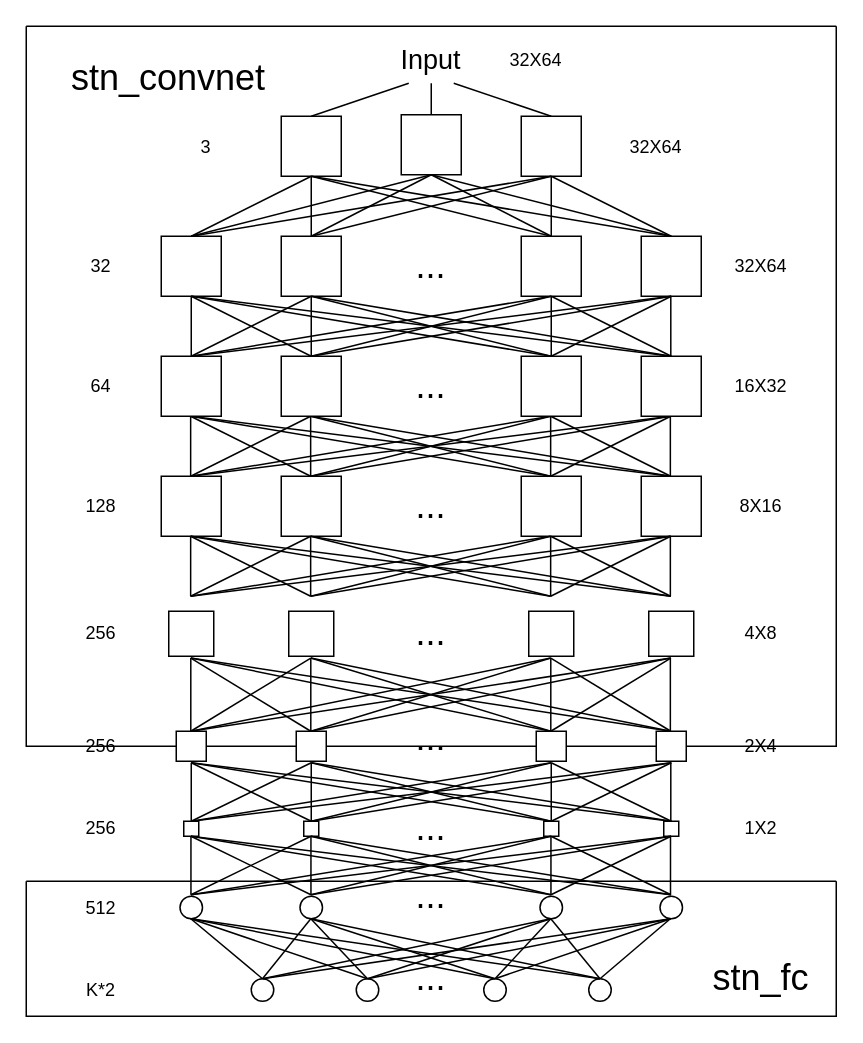
Earlier version of the draw.io diagram thesis_rectify.drawio (Dong-J93/_pictures). Source tidied: cells renumbered, new cells numbered last; positions are measured from the earlier drawing's top-left corner, leaving out a move shared by most shapes. Both pictures are drawn from the tidied source at 150%, with x=0, y=0 at pixel (26, 26).
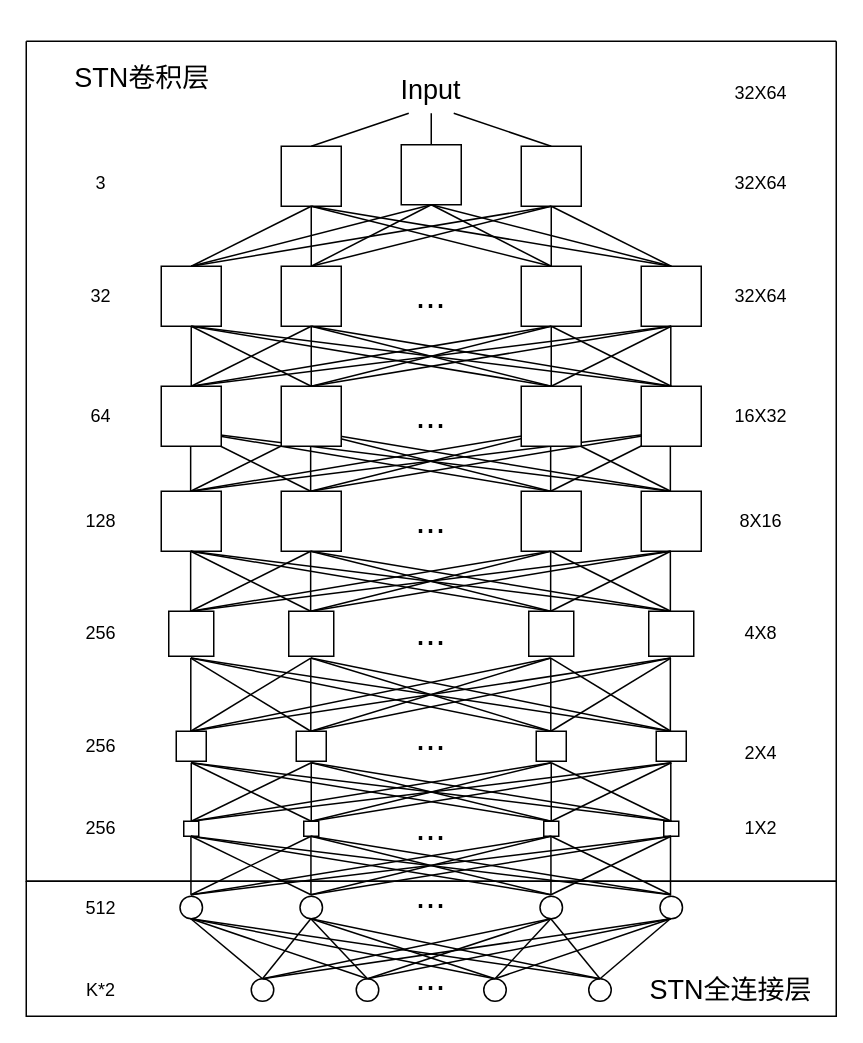
Above is the later version.

The change refers to these unchanged cells:
```xml
<mxCell id="43" style="swimlane;startSize=0;" parent="1" vertex="1">
  <mxGeometry y="570" width="540" height="90" as="geometry" />
</mxCell>
```

Diff of the diagram source:
```diff
@@
     <mxCell id="2" style="swimlane;startSize=0;" parent="1" vertex="1">
-      <mxGeometry width="540" height="480" as="geometry" />
+      <mxGeometry y="10" width="540" height="560" as="geometry" />
     </mxCell>
-    <mxCell id="3" value="&lt;font style=&quot;font-size: 24px;&quot;&gt;stn_convnet&lt;/font&gt;" style="text;html=1;strokeColor=none;fillColor=none;align=center;verticalAlign=middle;whiteSpace=wrap;rounded=0;" parent="2" vertex="1">
-      <mxGeometry x="65" y="20" width="60" height="30" as="geometry" />
+    <mxCell id="3" value="&lt;font style=&quot;font-size: 18px;&quot;&gt;STN卷积层&lt;/font&gt;" style="text;html=1;strokeColor=none;fillColor=none;align=center;verticalAlign=middle;whiteSpace=wrap;rounded=0;" parent="2" vertex="1">
+      <mxGeometry x="10" y="10" width="135" height="30" as="geometry" />
     </mxCell>
@@
+    <mxCell id="51" value="3" style="text;html=1;strokeColor=none;fillColor=none;align=center;verticalAlign=middle;whiteSpace=wrap;rounded=0;direction=east;" parent="2" vertex="1">
+      <mxGeometry x="20" y="80" width="60" height="30" as="geometry" />
+    </mxCell>
+    <mxCell id="48" value="32X64" style="text;html=1;strokeColor=none;fillColor=none;align=center;verticalAlign=middle;whiteSpace=wrap;rounded=0;direction=east;" parent="2" vertex="1">
+      <mxGeometry x="460" y="79.5" width="60" height="30" as="geometry" />
+    </mxCell>
+    <mxCell id="46" value="32X64" style="text;html=1;strokeColor=none;fillColor=none;align=center;verticalAlign=middle;whiteSpace=wrap;rounded=0;direction=east;" parent="2" vertex="1">
+      <mxGeometry x="460" y="20" width="60" height="30" as="geometry" />
+    </mxCell>
+    <mxCell id="54" value="4X8" style="text;html=1;strokeColor=none;fillColor=none;align=center;verticalAlign=middle;whiteSpace=wrap;rounded=0;direction=east;" parent="2" vertex="1">
+      <mxGeometry x="460" y="380" width="60" height="30" as="geometry" />
+    </mxCell>
+    <mxCell id="67" value="2X4" style="text;html=1;strokeColor=none;fillColor=none;align=center;verticalAlign=middle;whiteSpace=wrap;rounded=0;direction=east;" parent="2" vertex="1">
+      <mxGeometry x="460" y="460" width="60" height="30" as="geometry" />
+    </mxCell>
+    <mxCell id="59" value="1X2" style="text;html=1;strokeColor=none;fillColor=none;align=center;verticalAlign=middle;whiteSpace=wrap;rounded=0;direction=east;" parent="2" vertex="1">
+      <mxGeometry x="460" y="510" width="60" height="30" as="geometry" />
+    </mxCell>
@@
-    <mxCell id="44" value="&lt;span style=&quot;font-size: 24px;&quot;&gt;stn_fc&lt;br&gt;&lt;/span&gt;" style="text;html=1;strokeColor=none;fillColor=none;align=center;verticalAlign=middle;whiteSpace=wrap;rounded=0;" parent="43" vertex="1">
-      <mxGeometry x="460" y="50" width="60" height="30" as="geometry" />
+    <mxCell id="44" value="&lt;font style=&quot;font-size: 18px;&quot;&gt;STN全连接层&lt;/font&gt;" style="text;html=1;strokeColor=none;fillColor=none;align=center;verticalAlign=middle;whiteSpace=wrap;rounded=0;" parent="43" vertex="1">
+      <mxGeometry x="415" y="57.5" width="110" height="30" as="geometry" />
     </mxCell>
     <mxCell id="45" value="&lt;font style=&quot;font-size: 18px;&quot;&gt;Input&lt;/font&gt;" style="text;html=1;strokeColor=none;fillColor=none;align=center;verticalAlign=middle;whiteSpace=wrap;rounded=0;direction=east;" parent="1" vertex="1">
-      <mxGeometry x="240" y="8" width="60" height="30" as="geometry" />
+      <mxGeometry x="240" y="28" width="60" height="30" as="geometry" />
     </mxCell>
-    <mxCell id="46" value="32X64" style="text;html=1;strokeColor=none;fillColor=none;align=center;verticalAlign=middle;whiteSpace=wrap;rounded=0;direction=east;" parent="1" vertex="1">
-      <mxGeometry x="310" y="8" width="60" height="30" as="geometry" />
-    </mxCell>
@@
-    <mxCell id="48" value="32X64" style="text;html=1;strokeColor=none;fillColor=none;align=center;verticalAlign=middle;whiteSpace=wrap;rounded=0;direction=east;" parent="1" vertex="1">
-      <mxGeometry x="390" y="66" width="60" height="30" as="geometry" />
-    </mxCell>
     <mxCell id="49" value="&lt;font style=&quot;font-size: 24px;&quot;&gt;...&lt;/font&gt;" style="text;html=1;strokeColor=none;fillColor=none;align=center;verticalAlign=middle;whiteSpace=wrap;rounded=0;direction=east;" parent="1" vertex="1">
-      <mxGeometry x="240" y="145" width="60" height="30" as="geometry" />
+      <mxGeometry x="240" y="165" width="60" height="30" as="geometry" />
     </mxCell>
     <mxCell id="50" value="32X64" style="text;html=1;strokeColor=none;fillColor=none;align=center;verticalAlign=middle;whiteSpace=wrap;rounded=0;direction=east;" parent="1" vertex="1">
-      <mxGeometry x="460" y="145" width="60" height="30" as="geometry" />
+      <mxGeometry x="460" y="165" width="60" height="30" as="geometry" />
     </mxCell>
-    <mxCell id="51" value="3" style="text;html=1;strokeColor=none;fillColor=none;align=center;verticalAlign=middle;whiteSpace=wrap;rounded=0;direction=east;" parent="1" vertex="1">
-      <mxGeometry x="90" y="66" width="60" height="30" as="geometry" />
-    </mxCell>
     <mxCell id="52" value="32" style="text;html=1;strokeColor=none;fillColor=none;align=center;verticalAlign=middle;whiteSpace=wrap;rounded=0;direction=east;" parent="1" vertex="1">
-      <mxGeometry x="20" y="145" width="60" height="30" as="geometry" />
+      <mxGeometry x="20" y="165" width="60" height="30" as="geometry" />
     </mxCell>
     <mxCell id="53" value="16X32" style="text;html=1;strokeColor=none;fillColor=none;align=center;verticalAlign=middle;whiteSpace=wrap;rounded=0;direction=east;" parent="1" vertex="1">
-      <mxGeometry x="460" y="225" width="60" height="30" as="geometry" />
+      <mxGeometry x="460" y="245" width="60" height="30" as="geometry" />
     </mxCell>
-    <mxCell id="54" value="4X8" style="text;html=1;strokeColor=none;fillColor=none;align=center;verticalAlign=middle;whiteSpace=wrap;rounded=0;direction=east;" parent="1" vertex="1">
-      <mxGeometry x="460" y="390" width="60" height="30" as="geometry" />
-    </mxCell>
@@
-    <mxCell id="59" value="1X2" style="text;html=1;strokeColor=none;fillColor=none;align=center;verticalAlign=middle;whiteSpace=wrap;rounded=0;direction=east;" parent="1" vertex="1">
-      <mxGeometry x="460" y="520" width="60" height="30" as="geometry" />
-    </mxCell>
@@
-    <mxCell id="67" value="2X4" style="text;html=1;strokeColor=none;fillColor=none;align=center;verticalAlign=middle;whiteSpace=wrap;rounded=0;direction=east;" parent="1" vertex="1">
-      <mxGeometry x="460" y="465" width="60" height="30" as="geometry" />
-    </mxCell>
@@
     <mxCell id="73" style="whiteSpace=wrap;html=1;direction=east;" parent="1" vertex="1">
-      <mxGeometry x="170" y="60" width="40" height="40" as="geometry" />
+      <mxGeometry x="170" y="80" width="40" height="40" as="geometry" />
     </mxCell>
     <mxCell id="74" style="whiteSpace=wrap;html=1;direction=east;" parent="1" vertex="1">
-      <mxGeometry x="250" y="59" width="40" height="40" as="geometry" />
+      <mxGeometry x="250" y="79" width="40" height="40" as="geometry" />
     </mxCell>
     <mxCell id="75" style="whiteSpace=wrap;html=1;direction=east;" parent="1" vertex="1">
-      <mxGeometry x="330" y="60" width="40" height="40" as="geometry" />
+      <mxGeometry x="330" y="80" width="40" height="40" as="geometry" />
     </mxCell>
@@
     <mxCell id="79" style="whiteSpace=wrap;html=1;direction=east;" parent="1" vertex="1">
-      <mxGeometry x="90" y="140" width="40" height="40" as="geometry" />
+      <mxGeometry x="90" y="160" width="40" height="40" as="geometry" />
     </mxCell>
     <mxCell id="80" style="whiteSpace=wrap;html=1;direction=east;" parent="1" vertex="1">
-      <mxGeometry x="170" y="140" width="40" height="40" as="geometry" />
+      <mxGeometry x="170" y="160" width="40" height="40" as="geometry" />
     </mxCell>
     <mxCell id="81" style="endArrow=none;html=1;rounded=0;exitX=0.5;exitY=0;exitDx=0;exitDy=0;" parent="1" edge="1" source="80">
       <mxGeometry relative="1" as="geometry">
-        <mxPoint x="190" y="100" as="targetPoint" />
+        <mxPoint x="190" y="120" as="targetPoint" />
       </mxGeometry>
     </mxCell>
@@
     <mxCell id="84" style="whiteSpace=wrap;html=1;direction=east;" parent="1" vertex="1">
-      <mxGeometry x="330" y="140" width="40" height="40" as="geometry" />
+      <mxGeometry x="330" y="160" width="40" height="40" as="geometry" />
     </mxCell>
     <mxCell id="85" style="whiteSpace=wrap;html=1;direction=east;" parent="1" vertex="1">
-      <mxGeometry x="410" y="140" width="40" height="40" as="geometry" />
+      <mxGeometry x="410" y="160" width="40" height="40" as="geometry" />
     </mxCell>
@@
     <mxCell id="88" style="endArrow=none;html=1;rounded=0;exitX=0.5;exitY=0;exitDx=0;exitDy=0;" parent="1" edge="1" source="80">
       <mxGeometry relative="1" as="geometry">
-        <mxPoint x="350" y="100" as="targetPoint" />
+        <mxPoint x="350" y="120" as="targetPoint" />
       </mxGeometry>
     </mxCell>
     <mxCell id="89" style="endArrow=none;html=1;rounded=0;exitX=0.5;exitY=0;exitDx=0;exitDy=0;" parent="1" edge="1" source="79">
       <mxGeometry relative="1" as="geometry">
-        <mxPoint x="350" y="100" as="targetPoint" />
+        <mxPoint x="350" y="120" as="targetPoint" />
       </mxGeometry>
     </mxCell>
@@
     <mxCell id="91" style="endArrow=none;html=1;rounded=0;entryX=0.5;entryY=1;entryDx=0;entryDy=0;" parent="1" edge="1" target="74">
       <mxGeometry relative="1" as="geometry">
-        <mxPoint x="430" y="140" as="sourcePoint" />
+        <mxPoint x="430" y="160" as="sourcePoint" />
       </mxGeometry>
     </mxCell>
@@
     <mxCell id="94" value="&lt;font style=&quot;font-size: 24px;&quot;&gt;...&lt;/font&gt;" style="text;html=1;strokeColor=none;fillColor=none;align=center;verticalAlign=middle;whiteSpace=wrap;rounded=0;direction=east;" parent="1" vertex="1">
-      <mxGeometry x="240" y="225" width="60" height="30" as="geometry" />
+      <mxGeometry x="240" y="245" width="60" height="30" as="geometry" />
     </mxCell>
     <mxCell id="95" value="64" style="text;html=1;strokeColor=none;fillColor=none;align=center;verticalAlign=middle;whiteSpace=wrap;rounded=0;direction=east;" parent="1" vertex="1">
-      <mxGeometry x="20" y="225" width="60" height="30" as="geometry" />
+      <mxGeometry x="20" y="245" width="60" height="30" as="geometry" />
     </mxCell>
     <mxCell id="96" style="whiteSpace=wrap;html=1;direction=east;" parent="1" vertex="1">
-      <mxGeometry x="90" y="220" width="40" height="40" as="geometry" />
+      <mxGeometry x="90" y="240" width="40" height="40" as="geometry" />
     </mxCell>
     <mxCell id="97" style="whiteSpace=wrap;html=1;direction=east;" parent="1" vertex="1">
-      <mxGeometry x="170" y="220" width="40" height="40" as="geometry" />
+      <mxGeometry x="170" y="240" width="40" height="40" as="geometry" />
     </mxCell>
     <mxCell id="98" style="whiteSpace=wrap;html=1;direction=east;" parent="1" vertex="1">
-      <mxGeometry x="330" y="220" width="40" height="40" as="geometry" />
+      <mxGeometry x="330" y="240" width="40" height="40" as="geometry" />
     </mxCell>
     <mxCell id="99" style="whiteSpace=wrap;html=1;direction=east;" parent="1" vertex="1">
-      <mxGeometry x="410" y="220" width="40" height="40" as="geometry" />
+      <mxGeometry x="410" y="240" width="40" height="40" as="geometry" />
     </mxCell>
     <mxCell id="100" style="endArrow=none;html=1;rounded=0;entryX=0.5;entryY=1;entryDx=0;entryDy=0;exitX=0.5;exitY=0;exitDx=0;exitDy=0;" parent="1" edge="1" target="80">
       <mxGeometry relative="1" as="geometry">
-        <mxPoint x="110" y="220" as="sourcePoint" />
+        <mxPoint x="110" y="240" as="sourcePoint" />
       </mxGeometry>
     </mxCell>
     <mxCell id="101" style="endArrow=none;html=1;rounded=0;exitX=0.5;exitY=0;exitDx=0;exitDy=0;entryX=0.5;entryY=1;entryDx=0;entryDy=0;" parent="1" edge="1" target="80">
       <mxGeometry relative="1" as="geometry">
-        <mxPoint x="190" y="220" as="sourcePoint" />
+        <mxPoint x="190" y="240" as="sourcePoint" />
       </mxGeometry>
     </mxCell>
     <mxCell id="102" style="endArrow=none;html=1;rounded=0;entryX=0.5;entryY=1;entryDx=0;entryDy=0;exitX=0.5;exitY=0;exitDx=0;exitDy=0;" parent="1" edge="1">
       <mxGeometry relative="1" as="geometry">
-        <mxPoint x="350" y="220" as="sourcePoint" />
-        <mxPoint x="190" y="180" as="targetPoint" />
+        <mxPoint x="350" y="240" as="sourcePoint" />
+        <mxPoint x="190" y="200" as="targetPoint" />
       </mxGeometry>
     </mxCell>
     <mxCell id="103" style="endArrow=none;html=1;rounded=0;entryX=0.5;entryY=1;entryDx=0;entryDy=0;exitX=0.5;exitY=0;exitDx=0;exitDy=0;" parent="1" edge="1">
       <mxGeometry relative="1" as="geometry">
-        <mxPoint x="350" y="220" as="sourcePoint" />
-        <mxPoint x="350" y="180" as="targetPoint" />
+        <mxPoint x="350" y="240" as="sourcePoint" />
+        <mxPoint x="350" y="200" as="targetPoint" />
       </mxGeometry>
     </mxCell>
     <mxCell id="104" style="endArrow=none;html=1;rounded=0;entryX=0.5;entryY=1;entryDx=0;entryDy=0;exitX=0.5;exitY=0;exitDx=0;exitDy=0;" parent="1" edge="1">
       <mxGeometry relative="1" as="geometry">
-        <mxPoint x="430" y="220" as="sourcePoint" />
-        <mxPoint x="350" y="180" as="targetPoint" />
+        <mxPoint x="430" y="240" as="sourcePoint" />
+        <mxPoint x="350" y="200" as="targetPoint" />
       </mxGeometry>
     </mxCell>
     <mxCell id="105" style="endArrow=none;html=1;rounded=0;exitX=0.5;exitY=0;exitDx=0;exitDy=0;entryX=0.5;entryY=1;entryDx=0;entryDy=0;" parent="1" edge="1">
       <mxGeometry relative="1" as="geometry">
-        <mxPoint x="430" y="220" as="sourcePoint" />
-        <mxPoint x="190" y="180" as="targetPoint" />
+        <mxPoint x="430" y="240" as="sourcePoint" />
+        <mxPoint x="190" y="200" as="targetPoint" />
       </mxGeometry>
     </mxCell>
     <mxCell id="106" style="endArrow=none;html=1;rounded=0;exitX=0.5;exitY=0;exitDx=0;exitDy=0;" parent="1" edge="1">
       <mxGeometry relative="1" as="geometry">
-        <mxPoint x="190" y="220" as="sourcePoint" />
-        <mxPoint x="350" y="180" as="targetPoint" />
+        <mxPoint x="190" y="240" as="sourcePoint" />
+        <mxPoint x="350" y="200" as="targetPoint" />
       </mxGeometry>
     </mxCell>
     <mxCell id="107" style="endArrow=none;html=1;rounded=0;exitX=0.5;exitY=0;exitDx=0;exitDy=0;" parent="1" edge="1">
       <mxGeometry relative="1" as="geometry">
-        <mxPoint x="110" y="220" as="sourcePoint" />
-        <mxPoint x="350" y="180" as="targetPoint" />
+        <mxPoint x="110" y="240" as="sourcePoint" />
+        <mxPoint x="350" y="200" as="targetPoint" />
       </mxGeometry>
     </mxCell>
     <mxCell id="108" style="endArrow=none;html=1;rounded=0;entryX=0.5;entryY=1;entryDx=0;entryDy=0;" parent="1" edge="1" target="79">
       <mxGeometry relative="1" as="geometry">
-        <mxPoint x="110" y="220" as="sourcePoint" />
+        <mxPoint x="110" y="240" as="sourcePoint" />
       </mxGeometry>
     </mxCell>
@@
     <mxCell id="110" style="endArrow=none;html=1;rounded=0;exitX=0.5;exitY=0;exitDx=0;exitDy=0;" parent="1" edge="1" source="98">
       <mxGeometry relative="1" as="geometry">
-        <mxPoint x="110" y="180" as="targetPoint" />
+        <mxPoint x="110" y="200" as="targetPoint" />
       </mxGeometry>
     </mxCell>
@@
     <mxCell id="112" style="endArrow=none;html=1;rounded=0;entryX=0.5;entryY=1;entryDx=0;entryDy=0;exitX=0.5;exitY=0;exitDx=0;exitDy=0;" parent="1" edge="1">
       <mxGeometry relative="1" as="geometry">
-        <mxPoint x="429.7" y="220" as="sourcePoint" />
-        <mxPoint x="429.7" y="180" as="targetPoint" />
+        <mxPoint x="429.7" y="240" as="sourcePoint" />
+        <mxPoint x="429.7" y="200" as="targetPoint" />
       </mxGeometry>
     </mxCell>
@@
     <mxCell id="114" style="endArrow=none;html=1;rounded=0;exitX=0.5;exitY=0;exitDx=0;exitDy=0;" parent="1" edge="1" source="97">
       <mxGeometry relative="1" as="geometry">
-        <mxPoint x="430" y="180" as="targetPoint" />
+        <mxPoint x="430" y="200" as="targetPoint" />
       </mxGeometry>
     </mxCell>
     <mxCell id="115" style="endArrow=none;html=1;rounded=0;exitX=0.5;exitY=0;exitDx=0;exitDy=0;" parent="1" edge="1" source="96">
       <mxGeometry relative="1" as="geometry">
-        <mxPoint x="430" y="180" as="targetPoint" />
+        <mxPoint x="430" y="200" as="targetPoint" />
       </mxGeometry>
     </mxCell>
```
